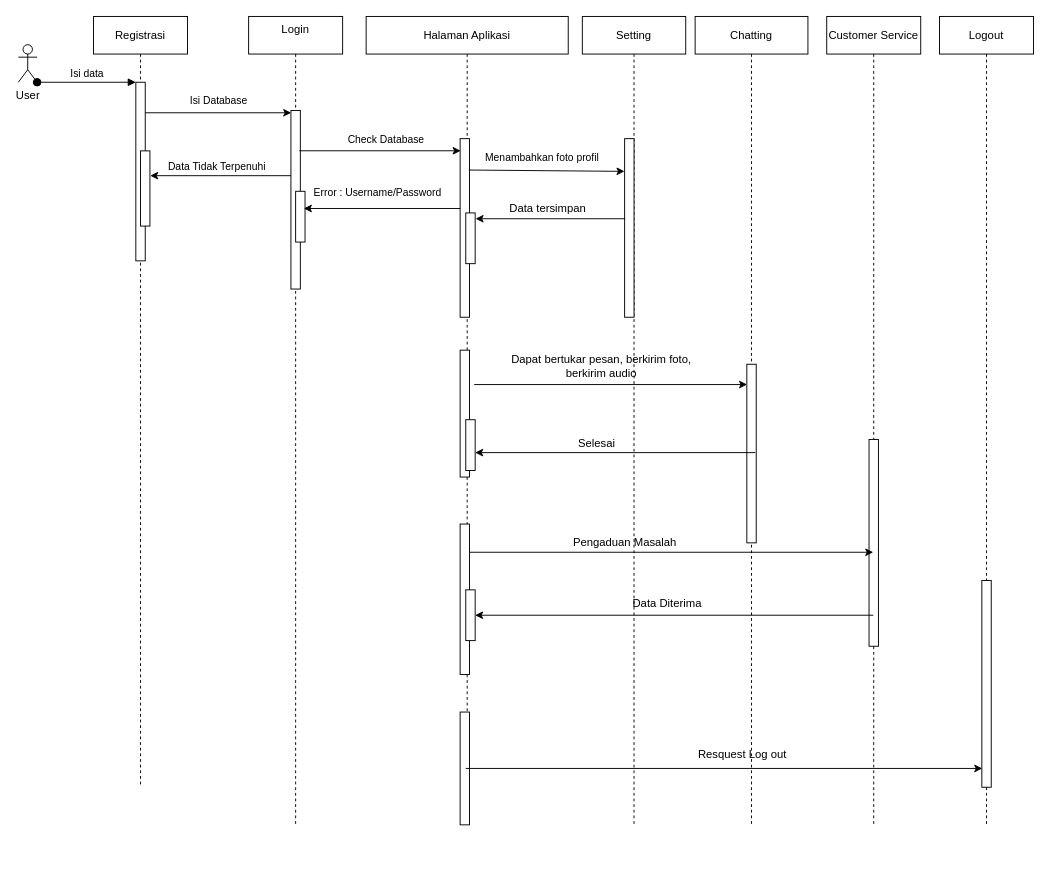
The draw.io diagram squence diagram unify.drawio in FajarFE/Project-abal-abal, before the edit. Source tidied: cells renumbered, new cells numbered last; positions are measured from the earlier drawing's top-left corner, leaving out a move shared by most shapes. Both pictures are drawn from the tidied source at 94%, with x=0, y=0 at pixel (18, 16).
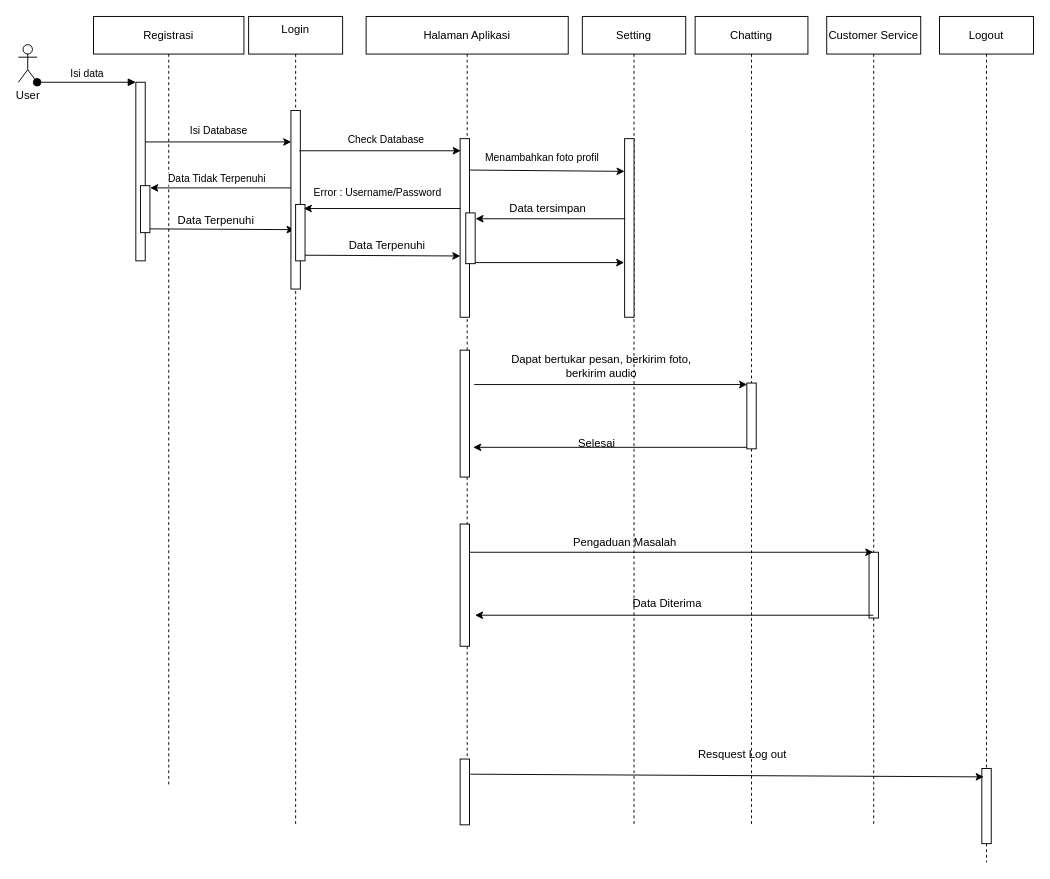
The same diagram, later.

The change refers to these unchanged cells:
```xml
<mxCell id="5" style="points=[];perimeter=orthogonalPerimeter;rounded=0;shadow=0;strokeWidth=1;" parent="4" vertex="1">
  <mxGeometry x="45" y="70" width="10" height="190" as="geometry" />
</mxCell>
<mxCell id="7" value="Login&#10;" style="shape=umlLifeline;perimeter=lifelinePerimeter;rounded=0;shadow=0;strokeWidth=1;" parent="1" vertex="1">
  <mxGeometry x="245" width="100" height="860" as="geometry" />
</mxCell>
<mxCell id="8" style="points=[];perimeter=orthogonalPerimeter;rounded=0;shadow=0;strokeWidth=1;" parent="7" vertex="1">
  <mxGeometry x="45" y="100" width="10" height="190" as="geometry" />
</mxCell>
<mxCell id="10" value="Halaman Aplikasi" style="shape=umlLifeline;perimeter=lifelinePerimeter;rounded=0;shadow=0;strokeWidth=1;" parent="1" vertex="1">
  <mxGeometry x="370" width="215" height="860" as="geometry" />
</mxCell>
<mxCell id="11" style="points=[];perimeter=orthogonalPerimeter;rounded=0;shadow=0;strokeWidth=1;" parent="10" vertex="1">
  <mxGeometry x="100" y="130" width="10" height="190" as="geometry" />
</mxCell>
<mxCell id="18" style="points=[];perimeter=orthogonalPerimeter;rounded=0;shadow=0;strokeWidth=1;" parent="10" vertex="1">
  <mxGeometry x="106" y="209" width="10" height="54" as="geometry" />
</mxCell>
<mxCell id="24" style="points=[];perimeter=orthogonalPerimeter;rounded=0;shadow=0;strokeWidth=1;" parent="23" vertex="1">
  <mxGeometry x="45" y="130" width="10" height="190" as="geometry" />
</mxCell>
<mxCell id="27" value="Chatting" style="shape=umlLifeline;perimeter=lifelinePerimeter;rounded=0;shadow=0;strokeWidth=1;" parent="1" vertex="1">
  <mxGeometry x="720" width="120" height="860" as="geometry" />
</mxCell>
<mxCell id="34" value="Customer Service" style="shape=umlLifeline;perimeter=lifelinePerimeter;rounded=0;shadow=0;strokeWidth=1;" parent="1" vertex="1">
  <mxGeometry x="860" width="100" height="860" as="geometry" />
</mxCell>
```

What changed in the source:
```diff
@@
     <mxCell id="4" value="Registrasi" style="shape=umlLifeline;perimeter=lifelinePerimeter;rounded=0;shadow=0;strokeWidth=1;" parent="1" vertex="1">
-      <mxGeometry x="80" width="100" height="820" as="geometry" />
+      <mxGeometry x="80" width="160" height="820" as="geometry" />
     </mxCell>
+    <mxCell id="43" style="edgeStyle=none;rounded=0;orthogonalLoop=1;jettySize=auto;html=1;entryX=-0.111;entryY=0.578;entryDx=0;entryDy=0;entryPerimeter=0;" parent="4" edge="1">
+      <mxGeometry relative="1" as="geometry">
+        <mxPoint x="60" y="226" as="sourcePoint" />
+        <mxPoint x="213.9" y="226.8" as="targetPoint" />
+      </mxGeometry>
+    </mxCell>
@@
     <mxCell id="6" style="points=[];perimeter=orthogonalPerimeter;rounded=0;shadow=0;strokeWidth=1;" parent="4" vertex="1">
-      <mxGeometry x="50" y="143" width="10" height="80" as="geometry" />
+      <mxGeometry x="50" y="180" width="10" height="50" as="geometry" />
     </mxCell>
@@
     <mxCell id="9" style="perimeter=orthogonalPerimeter;rounded=0;shadow=0;strokeWidth=1;" parent="7" vertex="1">
-      <mxGeometry x="50" y="186" width="10" height="54" as="geometry" />
+      <mxGeometry x="50" y="200" width="10" height="60" as="geometry" />
     </mxCell>
@@
-    <mxCell id="13" style="points=[];perimeter=orthogonalPerimeter;rounded=0;shadow=0;strokeWidth=1;" parent="10" vertex="1">
-      <mxGeometry x="106" y="429" width="10" height="54" as="geometry" />
-    </mxCell>
     <mxCell id="14" style="points=[];perimeter=orthogonalPerimeter;rounded=0;shadow=0;strokeWidth=1;" parent="10" vertex="1">
-      <mxGeometry x="100" y="540" width="10" height="160" as="geometry" />
+      <mxGeometry x="100" y="540" width="10" height="130" as="geometry" />
     </mxCell>
-    <mxCell id="15" style="perimeter=orthogonalPerimeter;rounded=0;shadow=0;strokeWidth=1;" parent="10" vertex="1">
-      <mxGeometry x="106" y="610" width="10" height="54" as="geometry" />
-    </mxCell>
@@
     <mxCell id="17" style="points=[];perimeter=orthogonalPerimeter;rounded=0;shadow=0;strokeWidth=1;" parent="10" vertex="1">
-      <mxGeometry x="100" y="740" width="10" height="120" as="geometry" />
+      <mxGeometry x="100" y="790" width="10" height="70" as="geometry" />
     </mxCell>
+    <mxCell id="44" style="edgeStyle=none;rounded=0;jettySize=auto;html=1;" parent="10" edge="1" source="18" target="10">
+      <mxGeometry relative="1" as="geometry" />
+    </mxCell>
@@
-    <mxCell id="19" value="Isi Database" style="edgeStyle=none;rounded=0;jettySize=auto;html=1;entryX=0.032;entryY=0.013;entryDx=0;entryDy=0;entryPerimeter=0;" parent="1" edge="1" source="5" target="8">
-      <mxGeometry y="12" relative="1" as="geometry" />
+    <mxCell id="19" value="Isi Database" style="edgeStyle=none;rounded=0;orthogonalLoop=1;jettySize=auto;html=1;entryX=0.032;entryY=0.013;entryDx=0;entryDy=0;entryPerimeter=0;" parent="1" edge="1">
+      <mxGeometry y="12" relative="1" as="geometry">
+        <mxPoint x="135" y="133.5" as="sourcePoint" />
+        <mxPoint x="290.3" y="133.5" as="targetPoint" />
+      </mxGeometry>
     </mxCell>
@@
-    <mxCell id="21" value="Data Tidak Terpenuhi" style="edgeStyle=none;rounded=0;jettySize=auto;html=1;entryX=1.027;entryY=0.33;entryDx=0;entryDy=0;entryPerimeter=0;" parent="1" edge="1" source="8" target="6">
-      <mxGeometry x="0.05" y="-9" relative="1" as="geometry" />
+    <mxCell id="21" value="Data Tidak Terpenuhi" style="edgeStyle=none;rounded=0;orthogonalLoop=1;jettySize=auto;html=1;entryX=1.027;entryY=0.33;entryDx=0;entryDy=0;entryPerimeter=0;" parent="1" edge="1">
+      <mxGeometry x="0.05" y="-9" relative="1" as="geometry">
+        <mxPoint x="290" y="182.4" as="sourcePoint" />
+        <mxPoint x="140.3" y="182.4" as="targetPoint" />
+      </mxGeometry>
     </mxCell>
@@
     <mxCell id="28" style="points=[];perimeter=orthogonalPerimeter;rounded=0;shadow=0;strokeWidth=1;" parent="27" vertex="1">
-      <mxGeometry x="55" y="370" width="10" height="190" as="geometry" />
+      <mxGeometry x="55" y="390" width="10" height="70" as="geometry" />
     </mxCell>
@@
-    <mxCell id="33" style="edgeStyle=none;rounded=0;jettySize=auto;html=1;" parent="1" edge="1" target="13">
-      <mxGeometry relative="1" as="geometry">
-        <mxPoint x="784" y="464" as="sourcePoint" />
-      </mxGeometry>
-    </mxCell>
@@
     <mxCell id="35" style="perimeter=orthogonalPerimeter;rounded=0;shadow=0;strokeWidth=1;" parent="34" vertex="1">
-      <mxGeometry x="45" y="450" width="10" height="220" as="geometry" />
+      <mxGeometry x="45" y="570" width="10" height="70" as="geometry" />
     </mxCell>
@@
     <mxCell id="40" value="Logout" style="shape=umlLifeline;perimeter=lifelinePerimeter;rounded=0;shadow=0;strokeWidth=1;" parent="1" vertex="1">
-      <mxGeometry x="980" width="100" height="860" as="geometry" />
+      <mxGeometry x="980" width="100" height="900" as="geometry" />
     </mxCell>
     <mxCell id="41" style="points=[];perimeter=orthogonalPerimeter;rounded=0;shadow=0;strokeWidth=1;" parent="40" vertex="1">
-      <mxGeometry x="45" y="600" width="10" height="220" as="geometry" />
+      <mxGeometry x="45" y="800" width="10" height="80" as="geometry" />
     </mxCell>
-    <mxCell id="42" style="edgeStyle=none;rounded=0;orthogonalLoop=1;jettySize=auto;html=1;" parent="1" edge="1">
-      <mxGeometry relative="1" as="geometry">
-        <mxPoint x="476" y="800" as="sourcePoint" />
-        <mxPoint x="1025.5" y="800" as="targetPoint" />
-      </mxGeometry>
+    <mxCell id="42" style="edgeStyle=none;rounded=0;jettySize=auto;html=1;exitX=1.082;exitY=0.23;exitDx=0;exitDy=0;exitPerimeter=0;entryX=0.2;entryY=0.112;entryDx=0;entryDy=0;entryPerimeter=0;" parent="1" edge="1" source="17" target="41">
+      <mxGeometry relative="1" as="geometry" />
     </mxCell>
+    <mxCell id="45" value="Data Terpenuhi" style="text;html=1;align=center;verticalAlign=middle;strokeColor=none;fillColor=none;" parent="1" vertex="1">
+      <mxGeometry x="160" y="202" width="100" height="30" as="geometry" />
+    </mxCell>
+    <mxCell id="46" style="edgeStyle=none;rounded=0;jettySize=auto;html=1;entryX=0.022;entryY=0.657;entryDx=0;entryDy=0;entryPerimeter=0;" parent="1" edge="1" target="11">
+      <mxGeometry relative="1" as="geometry">
+        <mxPoint x="305" y="254" as="sourcePoint" />
+      </mxGeometry>
+    </mxCell>
+    <mxCell id="47" value="Data Terpenuhi" style="text;html=1;align=center;verticalAlign=middle;strokeColor=none;fillColor=none;" parent="1" vertex="1">
+      <mxGeometry x="342" y="229" width="100" height="30" as="geometry" />
+    </mxCell>
+    <mxCell id="48" style="edgeStyle=none;rounded=0;jettySize=auto;html=1;entryX=-0.05;entryY=0.694;entryDx=0;entryDy=0;entryPerimeter=0;" parent="1" edge="1" source="18" target="24">
+      <mxGeometry relative="1" as="geometry" />
+    </mxCell>
+    <mxCell id="49" style="edgeStyle=none;rounded=0;jettySize=auto;html=1;entryX=0.53;entryY=0.533;entryDx=0;entryDy=0;entryPerimeter=0;" parent="1" edge="1" source="28" target="10">
+      <mxGeometry relative="1" as="geometry" />
+    </mxCell>
```
